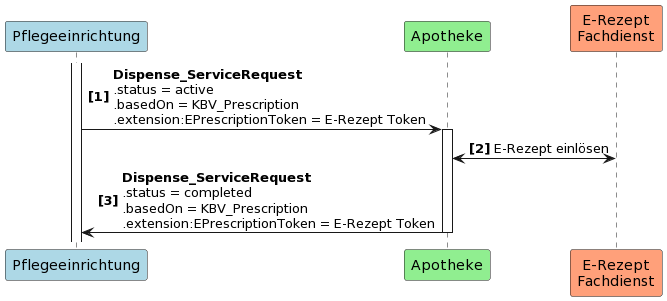
Before: guides/ig-rezeptanforderung/images/puml_images/UC1_2.png, a diagram exported from PlantUML (gematik/spec-E-Rezept-ServiceRequest). Its diagram source:
```plantuml
@startuml
autonumber "<b>[0]"
participant Pflegeeinrichtung as PE #LightBlue
participant Apotheke as A #LightGreen
participant "E-Rezept\nFachdienst" as FD #LightSalmon

activate PE
PE -> A++: <b>Dispense_ServiceRequest \n.status = active \n.basedOn = KBV_Prescription \n.extension:EPrescriptionToken = E-Rezept Token
A <-> FD: E-Rezept einlösen
A -> PE--: <b>Dispense_ServiceRequest \n.status = completed \n.basedOn = KBV_Prescription \n.extension:EPrescriptionToken = E-Rezept Token
@enduml
```
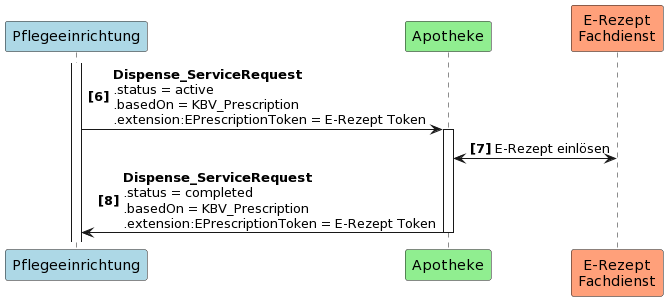
After the change.

The edit, as a diff of the source:
```diff
@@ -1,5 +1,5 @@
 @startuml
-autonumber "<b>[0]"
+autonumber 6 "<b>[0]"
 participant Pflegeeinrichtung as PE #LightBlue
 participant Apotheke as A #LightGreen
 participant "E-Rezept\nFachdienst" as FD #LightSalmon
```
